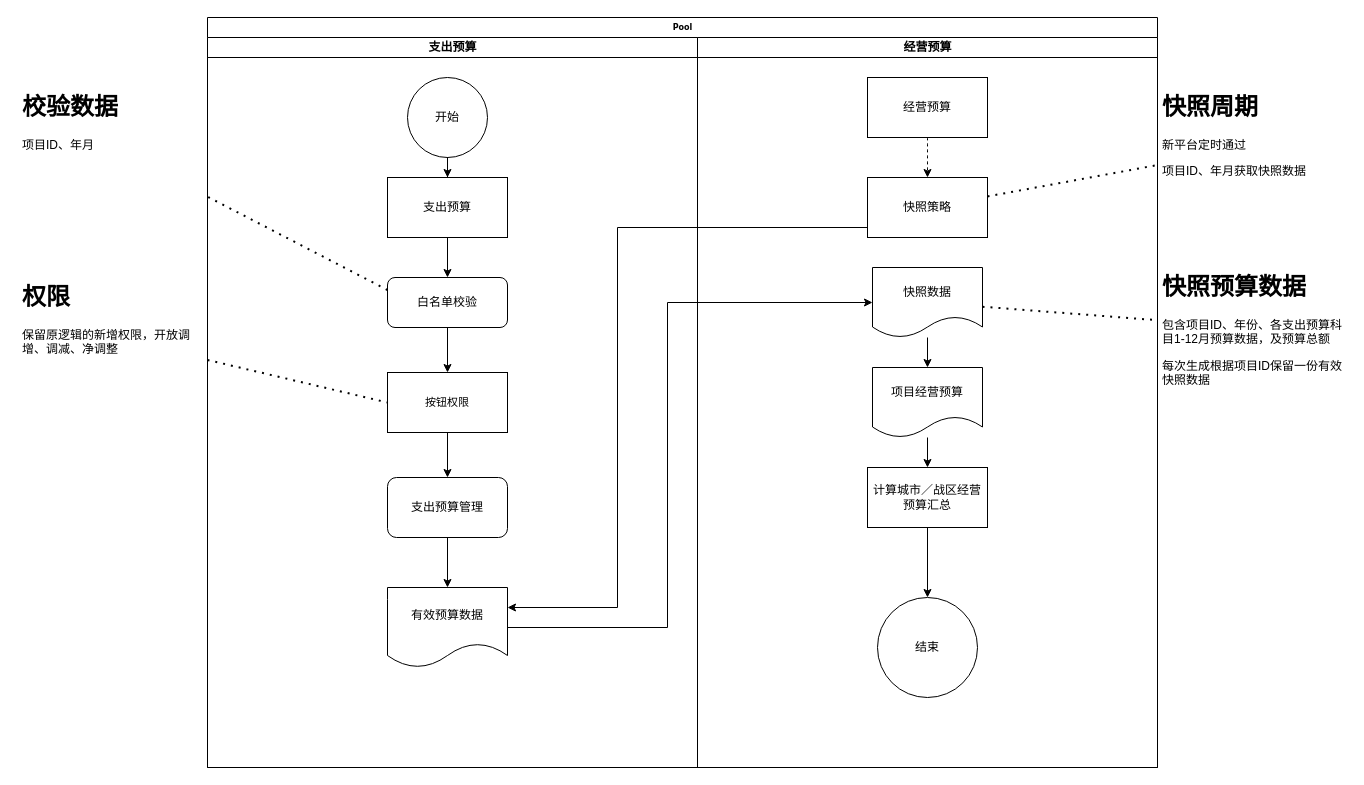
This is 未命名绘图.drawio from thednr/apc, a draw.io file, before an edit. Source tidied: cells renumbered, new cells numbered last; positions are measured from the earlier drawing's top-left corner, leaving out a move shared by most shapes. Both pictures are drawn from the tidied source at 100%, with x=0, y=0 at pixel (17, 17).
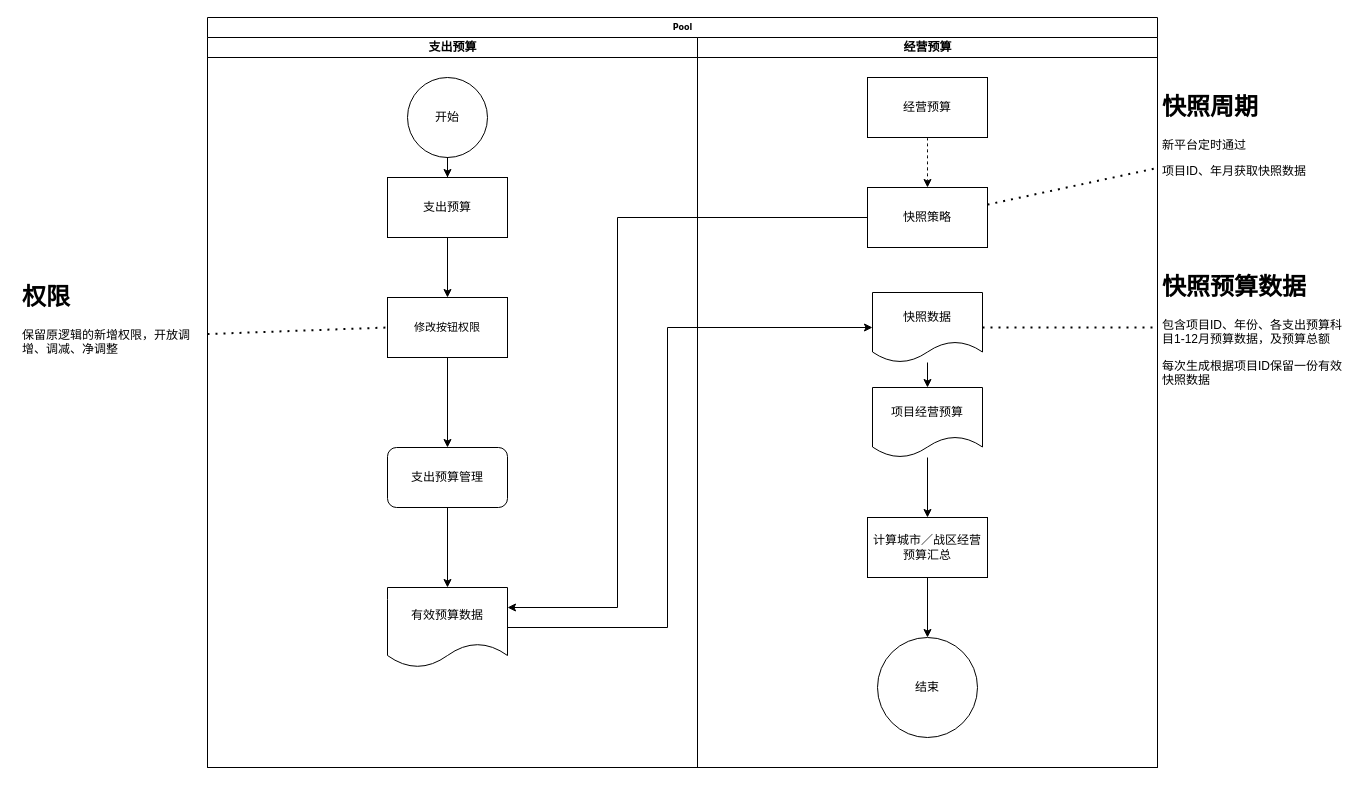
The same page after the edit.

Unchanged cells that the change refers to:
```xml
<mxCell id="2" value="Pool" style="swimlane;html=1;startSize=20;rounded=0;shadow=0;labelBackgroundColor=none;strokeWidth=1;fontFamily=Verdana;fontSize=8;align=center;" parent="1" vertex="1">
  <mxGeometry x="190" width="950" height="750" as="geometry" />
</mxCell>
<mxCell id="3" value="支出预算" style="swimlane;html=1;startSize=20;" parent="2" vertex="1">
  <mxGeometry y="20" width="490" height="730" as="geometry" />
</mxCell>
<mxCell id="5" value="支出预算" style="whiteSpace=wrap;html=1;" parent="3" vertex="1">
  <mxGeometry x="180" y="140" width="120" height="60" as="geometry" />
</mxCell>
<mxCell id="13" value="经营预算" style="swimlane;html=1;startSize=20;" parent="2" vertex="1">
  <mxGeometry x="490" y="20" width="460" height="730" as="geometry" />
</mxCell>
```

Change to the diagram source:
```diff
@@
-    <mxCell id="7" style="edgeStyle=orthogonalEdgeStyle;rounded=0;jettySize=auto;html=1;entryX=0.5;entryY=0;entryDx=0;entryDy=0;" parent="3" edge="1" source="8" target="11">
-      <mxGeometry relative="1" as="geometry" />
-    </mxCell>
-    <mxCell id="8" value="白名单校验" style="rounded=1;whiteSpace=wrap;html=1;" parent="3" vertex="1">
-      <mxGeometry x="180" y="240" width="120" height="50" as="geometry" />
-    </mxCell>
     <mxCell id="9" value="支出预算管理" style="whiteSpace=wrap;html=1;rounded=1;" parent="3" vertex="1">
-      <mxGeometry x="180" y="440" width="120" height="60" as="geometry" />
+      <mxGeometry x="180" y="410" width="120" height="60" as="geometry" />
     </mxCell>
@@
-    <mxCell id="11" value="&lt;span style=&quot;font-size: 11px ; background-color: rgb(255 , 255 , 255)&quot;&gt;按钮权限&lt;/span&gt;" style="rounded=0;whiteSpace=wrap;html=1;" parent="3" vertex="1">
-      <mxGeometry x="180" y="335" width="120" height="60" as="geometry" />
+    <mxCell id="11" value="&lt;span style=&quot;font-size: 11px ; background-color: rgb(255 , 255 , 255)&quot;&gt;修改按钮权限&lt;/span&gt;" style="rounded=0;whiteSpace=wrap;html=1;" parent="3" vertex="1">
+      <mxGeometry x="180" y="260" width="120" height="60" as="geometry" />
     </mxCell>
-    <mxCell id="12" style="edgeStyle=orthogonalEdgeStyle;rounded=0;jettySize=auto;html=1;" parent="3" edge="1" source="5" target="8">
+    <mxCell id="12" style="edgeStyle=orthogonalEdgeStyle;rounded=0;jettySize=auto;html=1;entryX=0.5;entryY=0;entryDx=0;entryDy=0;" parent="3" edge="1" source="5" target="11">
       <mxGeometry relative="1" as="geometry" />
     </mxCell>
+    <mxCell id="29" value="有效预算数据" style="shape=document;whiteSpace=wrap;html=1;boundedLbl=1;rounded=1;" parent="3" vertex="1">
+      <mxGeometry x="180" y="550" width="120" height="80" as="geometry" />
+    </mxCell>
+    <mxCell id="30" style="edgeStyle=orthogonalEdgeStyle;rounded=0;jettySize=auto;html=1;" parent="3" edge="1" source="9" target="29">
+      <mxGeometry relative="1" as="geometry" />
+    </mxCell>
+    <mxCell id="34" style="edgeStyle=orthogonalEdgeStyle;jettySize=auto;html=1;entryX=1;entryY=0.25;entryDx=0;entryDy=0;rounded=0;" parent="2" edge="1" source="17" target="29">
+      <mxGeometry relative="1" as="geometry">
+        <Array as="points">
+          <mxPoint x="410" y="200" />
+          <mxPoint x="410" y="590" />
+        </Array>
+      </mxGeometry>
+    </mxCell>
+    <mxCell id="28" style="edgeStyle=orthogonalEdgeStyle;rounded=0;jettySize=auto;html=1;entryX=0;entryY=0.5;entryDx=0;entryDy=0;" parent="2" edge="1" source="29" target="14">
+      <mxGeometry relative="1" as="geometry">
+        <Array as="points">
+          <mxPoint x="460" y="610" />
+          <mxPoint x="460" y="310" />
+        </Array>
+      </mxGeometry>
+    </mxCell>
@@
     <mxCell id="14" value="&lt;span&gt;快照数据&lt;/span&gt;" style="shape=document;whiteSpace=wrap;html=1;boundedLbl=1;" parent="13" vertex="1">
-      <mxGeometry x="175" y="230" width="110" height="70" as="geometry" />
+      <mxGeometry x="175" y="255" width="110" height="70" as="geometry" />
     </mxCell>
@@
     <mxCell id="17" value="快照策略" style="whiteSpace=wrap;html=1;rounded=0;" parent="13" vertex="1">
-      <mxGeometry x="170" y="140" width="120" height="60" as="geometry" />
+      <mxGeometry x="170" y="150" width="120" height="60" as="geometry" />
     </mxCell>
@@
     <mxCell id="19" value="项目经营预算" style="shape=document;whiteSpace=wrap;html=1;boundedLbl=1;" parent="13" vertex="1">
-      <mxGeometry x="175" y="330" width="110" height="70" as="geometry" />
+      <mxGeometry x="175" y="350" width="110" height="70" as="geometry" />
     </mxCell>
     <mxCell id="20" value="计算城市／战区经营预算汇总" style="whiteSpace=wrap;html=1;" parent="13" vertex="1">
-      <mxGeometry x="170" y="430" width="120" height="60" as="geometry" />
+      <mxGeometry x="170" y="480" width="120" height="60" as="geometry" />
     </mxCell>
@@
     <mxCell id="23" value="结束" style="ellipse;whiteSpace=wrap;html=1;" parent="13" vertex="1">
-      <mxGeometry x="180" y="560" width="100" height="100" as="geometry" />
+      <mxGeometry x="180" y="600" width="100" height="100" as="geometry" />
     </mxCell>
-    <mxCell id="24" value="&lt;h1&gt;校验数据&lt;/h1&gt;&lt;p&gt;项目ID、年月&lt;/p&gt;" style="text;html=1;strokeColor=none;fillColor=none;spacing=5;spacingTop=-20;whiteSpace=wrap;overflow=hidden;rounded=0;" parent="1" vertex="1">
-      <mxGeometry y="70" width="190" height="120" as="geometry" />
-    </mxCell>
-    <mxCell id="25" style="endArrow=none;dashed=1;html=1;dashPattern=1 3;strokeWidth=2;exitX=0;exitY=0.25;exitDx=0;exitDy=0;" parent="1" edge="1" source="8" target="24">
-      <mxGeometry relative="1" as="geometry" />
-    </mxCell>
@@
-    <mxCell id="28" style="edgeStyle=orthogonalEdgeStyle;rounded=0;jettySize=auto;html=1;entryX=0;entryY=0.5;entryDx=0;entryDy=0;" parent="1" edge="1" source="29" target="14">
-      <mxGeometry relative="1" as="geometry">
-        <Array as="points">
-          <mxPoint x="650" y="610" />
-          <mxPoint x="650" y="285" />
-        </Array>
-      </mxGeometry>
-    </mxCell>
-    <mxCell id="29" value="有效预算数据" style="shape=document;whiteSpace=wrap;html=1;boundedLbl=1;rounded=1;" parent="1" vertex="1">
-      <mxGeometry x="370" y="570" width="120" height="80" as="geometry" />
-    </mxCell>
-    <mxCell id="30" style="edgeStyle=orthogonalEdgeStyle;rounded=0;jettySize=auto;html=1;" parent="1" edge="1" source="9" target="29">
-      <mxGeometry relative="1" as="geometry" />
-    </mxCell>
@@
-    <mxCell id="34" style="edgeStyle=orthogonalEdgeStyle;jettySize=auto;html=1;entryX=1;entryY=0.25;entryDx=0;entryDy=0;rounded=0;" parent="1" edge="1" source="17" target="29">
-      <mxGeometry relative="1" as="geometry">
-        <Array as="points">
-          <mxPoint x="600" y="210" />
-          <mxPoint x="600" y="590" />
-        </Array>
-      </mxGeometry>
-    </mxCell>
```
